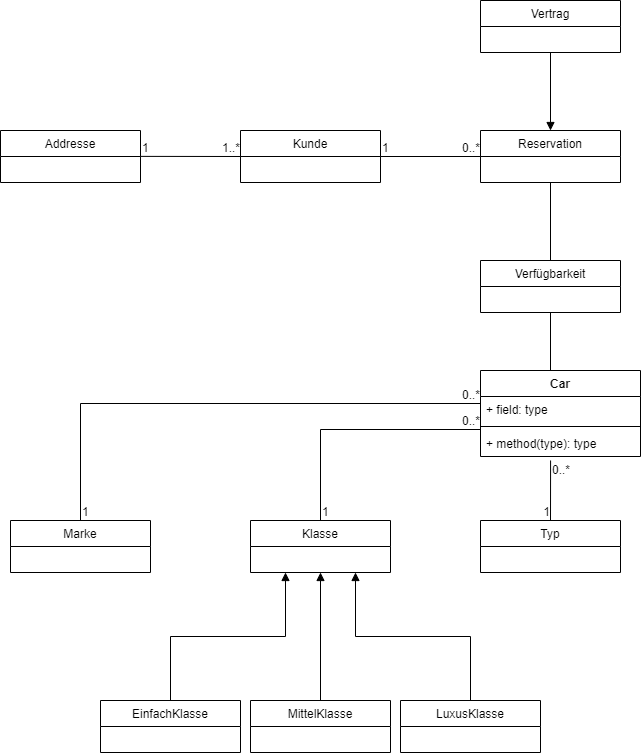
The draw.io diagram drawio/DomainModel.drawio.png in marcoebneter/zbw_CarRent, before a commit. Source tidied: cells renumbered, new cells last; positions are measured from the earlier drawing's top-left corner, leaving out a move shared by most shapes.
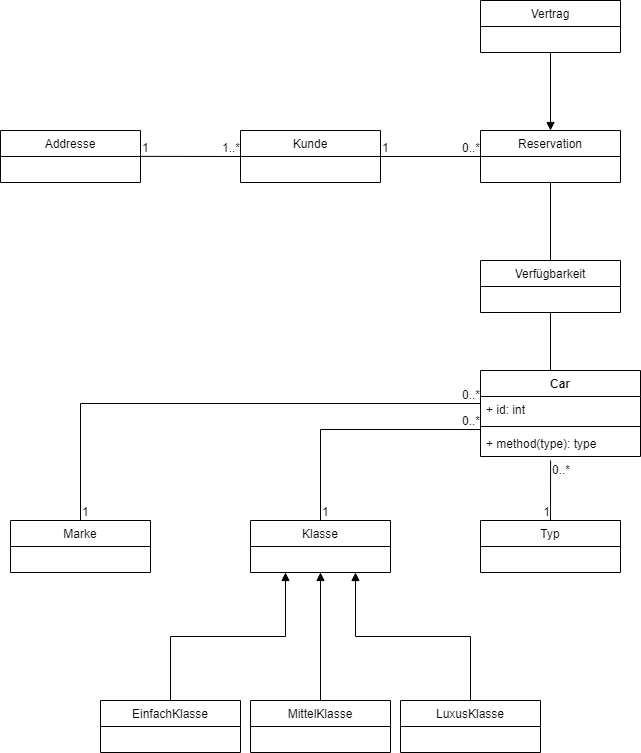
The same diagram one commit later.

Change to the diagram source:
```diff
@@ -118,7 +118,7 @@
     <mxCell id="34" value="Car" style="swimlane;fontStyle=1;align=center;verticalAlign=top;horizontal=1;startSize=26;" parent="1" vertex="1">
       <mxGeometry x="480" y="370" width="160" height="86" as="geometry" />
     </mxCell>
-    <mxCell id="35" value="+ field: type" style="text;strokeColor=none;fillColor=none;align=left;verticalAlign=top;spacingLeft=4;spacingRight=4;overflow=hidden;" parent="34" vertex="1">
+    <mxCell id="35" value="+ id: int" style="text;strokeColor=none;fillColor=none;align=left;verticalAlign=top;spacingLeft=4;spacingRight=4;overflow=hidden;" parent="34" vertex="1">
       <mxGeometry y="26" width="160" height="26" as="geometry" />
     </mxCell>
     <mxCell id="36" style="line;strokeWidth=1;fillColor=none;align=left;verticalAlign=middle;spacingTop=-1;spacingLeft=3;spacingRight=3;labelPosition=right;" parent="34" vertex="1">
```
